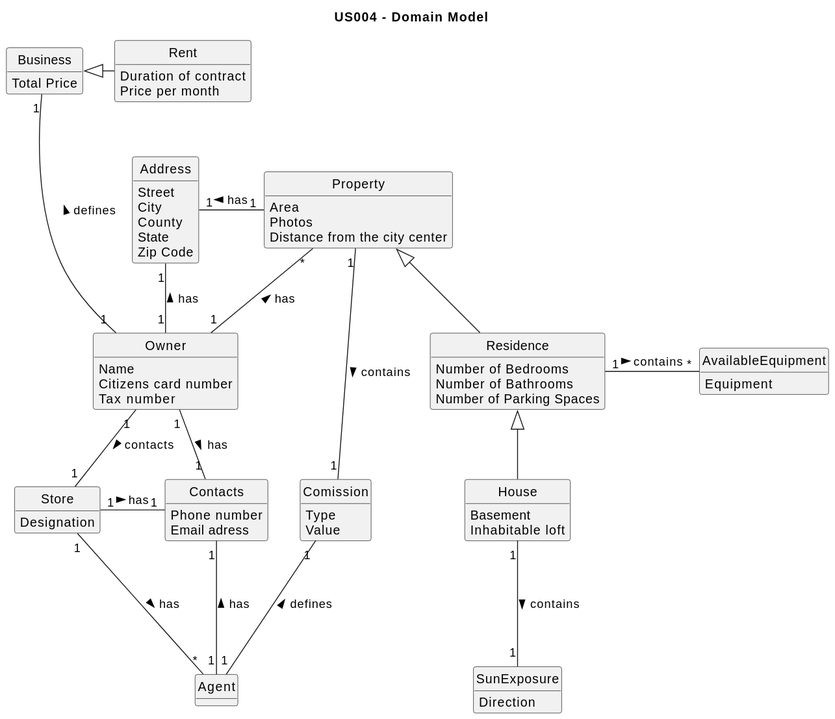
This is docs/sprintB/US04/02.analysis/svg/us04-domain-model.svg from PureNimble/ISEP-LAPR2, a PlantUML export, as it was before one commit. The source it was exported from:
```plantuml
@startuml
title US004 - Domain Model

skinparam groupInheritance 2
skinparam monochrome true
skinparam packageStyle rectangle
skinparam shadowing false
skinparam classAttributeIconSize 0
hide circle
hide methods

class Property

class House

class Residence

class Address

class Contacts

class Owner

class Comission

class Agent

class Business

class AvailableEquipment

class Rent

class SunExposure

class Store

class AvailableEquipment {
Equipment
}

class Contacts {
Phone number
Email adress
}

class Owner {
Name
Citizens card number
Tax number
}

class Rent {
Duration of contract
Price per month
}


class Business {
Total Price
}

class Residence {
Number of Bedrooms
Number of Bathrooms
Number of Parking Spaces
 }

class Store {
Designation

}

class Property {
Area
Photos
Distance from the city center
}

class House {
Basement
Inhabitable loft
}

class SunExposure {
Direction
}

class Address {
Street
City
County
State
Zip Code
}

class Comission {
Type
Value
}

Residence <|-- House
Property <|-- Residence
SunExposure "1" -up-- "1" House: contains <
Address "1" -right-- "1" Property: has <
Address "1" -right-- "1" Owner: has <
Owner "1" -left-- "*" Property: has >
Owner "1" -- "1" Store: contacts >
Agent "*" -up-- "1" Store: has <
Comission "1" -down-- "1" Agent: defines <
Comission "1" -up-- "1" Property: contains <
Owner "1" -up-- "1" Business: defines >
AvailableEquipment "*" -left-- "1" Residence: contains <
Business <|-right- Rent
Owner "1" -right-- "1" Contacts: has >
Store "1" -right-- "1" Contacts: has >
Agent "1" -up-- "1" Contacts: has >
@enduml
```
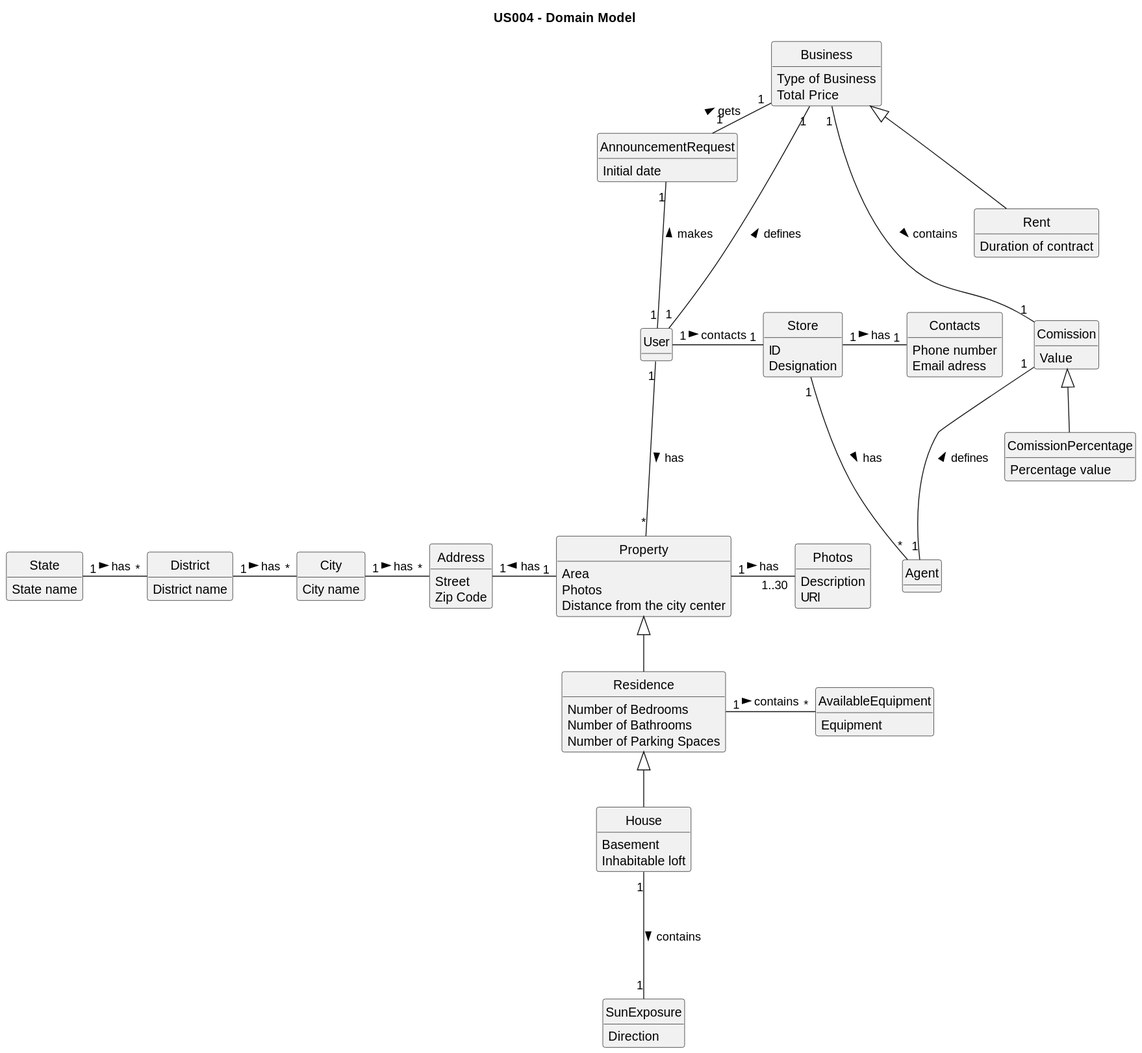
After the change.

Commit message:
Updated US04 and US07 Domain Models and added svgs for US04 and US07

What changed in the source:
```diff
@@ -1,4 +1,5 @@
 @startuml
+
 title US004 - Domain Model
 
 skinparam groupInheritance 2
@@ -19,11 +20,13 @@
 
 class Contacts
 
-class Owner
+class User
 
 class Comission
 
 class Agent
+
+class Photos
 
 class Business
 
@@ -35,84 +38,118 @@
 
 class Store
 
-class AvailableEquipment {
-Equipment
+class City
+
+class District
+
+class State
+
+class ComissionPercentage
+
+class AnnouncementRequest
+
+class City {
+    City name
 }
 
-class Contacts {
-Phone number
-Email adress
+class District {
+    District name
 }
 
-class Owner {
-Name
-Citizens card number
-Tax number
+class Photos {
+    Description
+    URI
+}
+
+class State {
+    State name
+}
+
+class AvailableEquipment {
+    Equipment
+}
+
+class ComissionPercentage {
+    Percentage value
+}
+
+
+class Contacts {
+    Phone number
+    Email adress
+}
+
+class User {
+
 }
 
 class Rent {
-Duration of contract
-Price per month
+    Duration of contract
 }
 
+class AnnouncementRequest {
+    Initial date
+}
 
 class Business {
-Total Price
+    Type of Business
+    Total Price
 }
 
 class Residence {
-Number of Bedrooms
-Number of Bathrooms
-Number of Parking Spaces
- }
+    Number of Bedrooms
+    Number of Bathrooms
+    Number of Parking Spaces
+}
 
 class Store {
-Designation
-
+    ID
+    Designation
 }
 
 class Property {
-Area
-Photos
-Distance from the city center
+    Area
+    Photos
+    Distance from the city center
 }
 
 class House {
-Basement
-Inhabitable loft
+    Basement
+    Inhabitable loft
 }
 
 class SunExposure {
-Direction
+    Direction
 }
 
 class Address {
-Street
-City
-County
-State
-Zip Code
+    Street
+    Zip Code
 }
 
 class Comission {
-Type
-Value
+    Value
 }
 
 Residence <|-- House
 Property <|-- Residence
 SunExposure "1" -up-- "1" House: contains <
 Address "1" -right-- "1" Property: has <
-Address "1" -right-- "1" Owner: has <
-Owner "1" -left-- "*" Property: has >
-Owner "1" -- "1" Store: contacts >
-Agent "*" -up-- "1" Store: has <
+User "1" -down-- "*" Property: has >
+User "1" -right- "1" Store: contacts >
+Agent "*" -left-- "1" Store: has <
+Address "*" -left-- "1" City: has <
+State "1" -right-- "*" District: has >
+District "1" -right-- "*" City: has >
+AvailableEquipment "*" -left-- "1" Residence: contains <
+User "1" -up-- "1" Business: defines >
+Store "1" -right-- "1" Contacts: has >
 Comission "1" -down-- "1" Agent: defines <
-Comission "1" -up-- "1" Property: contains <
-Owner "1" -up-- "1" Business: defines >
-AvailableEquipment "*" -left-- "1" Residence: contains <
-Business <|-right- Rent
-Owner "1" -right-- "1" Contacts: has >
-Store "1" -right-- "1" Contacts: has >
-Agent "1" -up-- "1" Contacts: has >
+Comission "1" -up-- "1" Business: contains <
+Comission <|-- ComissionPercentage
+Business <|-- Rent
+Property "1" -right-- "1..30" Photos: has >
+User "1" -left-- "1" AnnouncementRequest: makes >
+Business "1" -right-- "1" AnnouncementRequest: gets <
+
 @enduml
```
